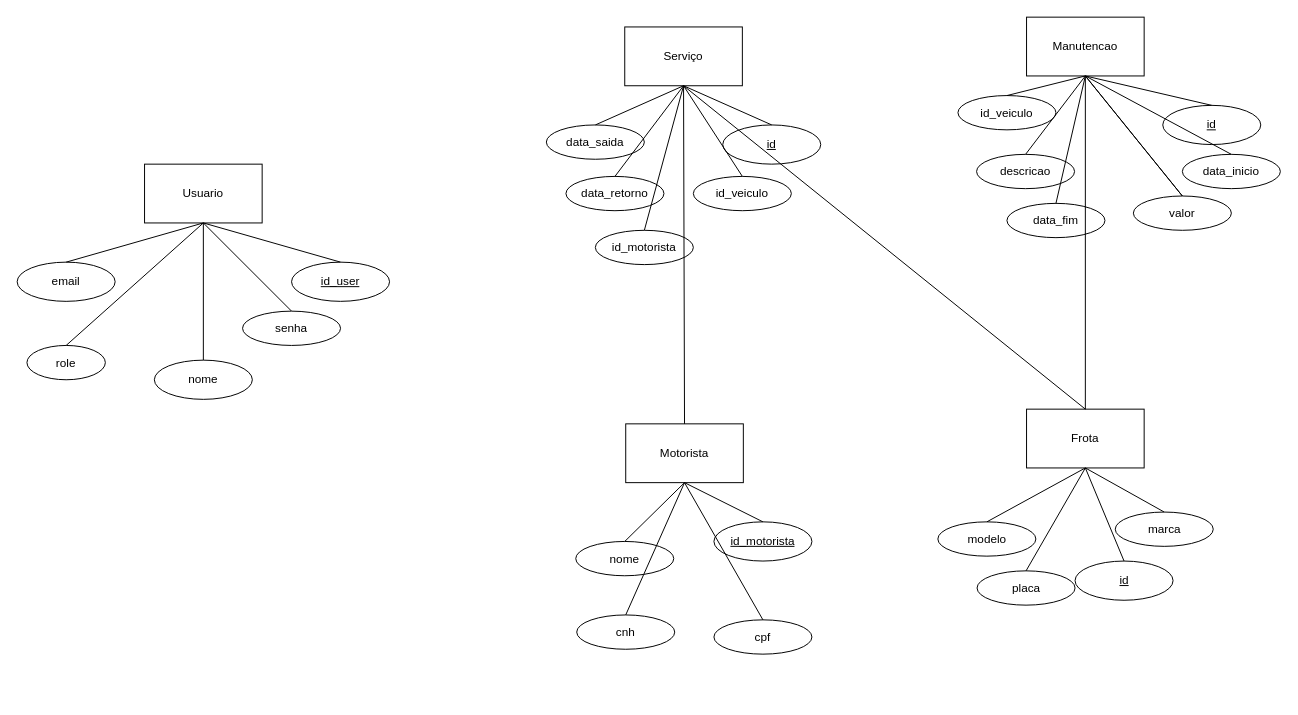
Above: projeto teste/docs/drawioBanco.drawio in Joao-Augusto0/AgroTech (draw.io), before the change. Source tidied: cells renumbered, new cells numbered last; positions are measured from the earlier drawing's top-left corner, leaving out a move shared by most shapes. Both pictures are drawn from the tidied source at 98%, with x=0, y=0 at pixel (17, 17).
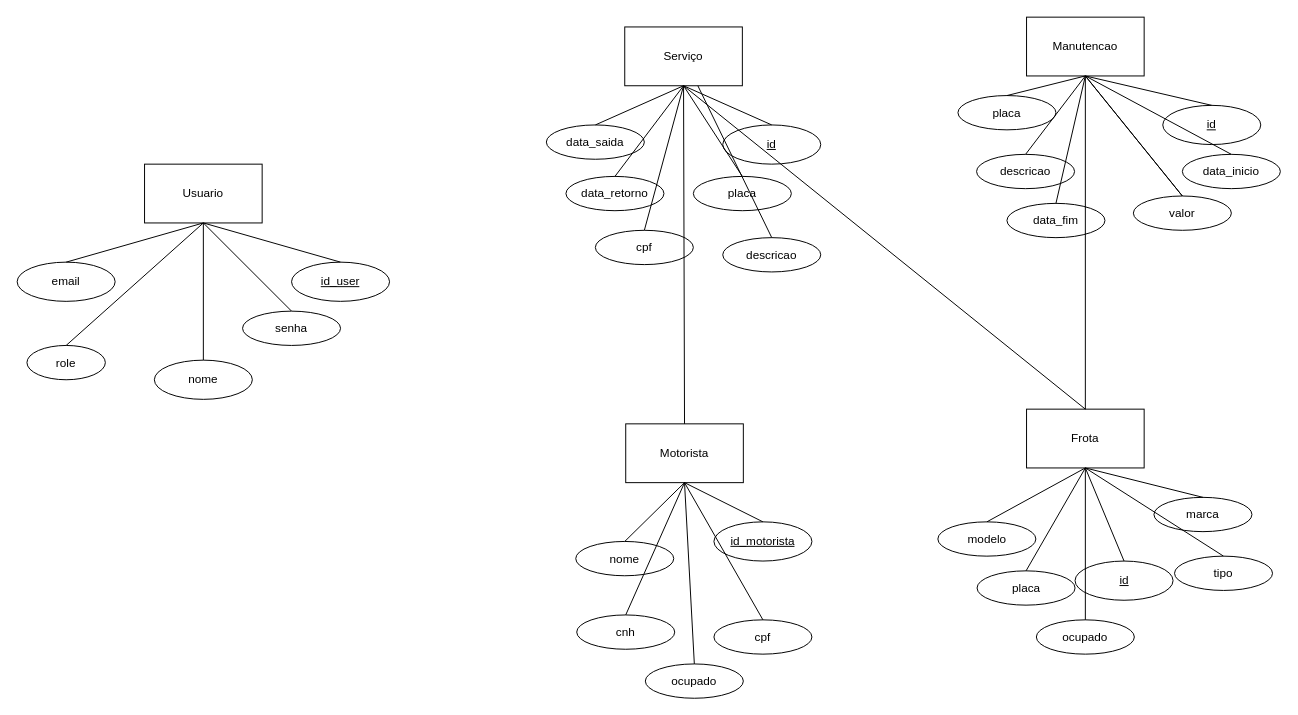
Above is the later version.

Unchanged cells that the change refers to:
```xml
<mxCell id="3" value="Serviço" style="rounded=0;whiteSpace=wrap;html=1;" parent="1" vertex="1">
  <mxGeometry x="620" y="10" width="120" height="60" as="geometry" />
</mxCell>
<mxCell id="4" value="Motorista" style="rounded=0;whiteSpace=wrap;html=1;" parent="1" vertex="1">
  <mxGeometry x="621" y="415" width="120" height="60" as="geometry" />
</mxCell>
<mxCell id="19" value="Frota" style="rounded=0;whiteSpace=wrap;html=1;" parent="1" vertex="1">
  <mxGeometry x="1030" y="400" width="120" height="60" as="geometry" />
</mxCell>
```

Change to the diagram source:
```diff
@@
-    <mxCell id="23" value="id_motorista" style="ellipse;whiteSpace=wrap;html=1;" parent="1" vertex="1">
+    <mxCell id="23" value="cpf" style="ellipse;whiteSpace=wrap;html=1;" parent="1" vertex="1">
       <mxGeometry x="590" y="217.5" width="100" height="35" as="geometry" />
     </mxCell>
@@
-    <mxCell id="25" value="id_veiculo" style="ellipse;whiteSpace=wrap;html=1;" parent="1" vertex="1">
+    <mxCell id="25" value="placa" style="ellipse;whiteSpace=wrap;html=1;" parent="1" vertex="1">
       <mxGeometry x="690" y="162.5" width="100" height="35" as="geometry" />
     </mxCell>
@@
-    <mxCell id="27" value="id_veiculo" style="ellipse;whiteSpace=wrap;html=1;" parent="1" vertex="1">
+    <mxCell id="27" value="placa" style="ellipse;whiteSpace=wrap;html=1;" parent="1" vertex="1">
       <mxGeometry x="960" y="80" width="100" height="35" as="geometry" />
     </mxCell>
@@
     <mxCell id="35" value="marca" style="ellipse;whiteSpace=wrap;html=1;" parent="1" vertex="1">
-      <mxGeometry x="1120.5" y="505" width="100" height="35" as="geometry" />
+      <mxGeometry x="1160" y="490" width="100" height="35" as="geometry" />
     </mxCell>
@@
+    <mxCell id="59" value="ocupado" style="ellipse;whiteSpace=wrap;html=1;" parent="1" vertex="1">
+      <mxGeometry x="641" y="660" width="100" height="35" as="geometry" />
+    </mxCell>
+    <mxCell id="60" style="endArrow=none;html=1;rounded=0;exitX=0.5;exitY=0;exitDx=0;exitDy=0;entryX=0.5;entryY=1;entryDx=0;entryDy=0;" parent="1" edge="1" source="59" target="4">
+      <mxGeometry relative="1" as="geometry" />
+    </mxCell>
+    <mxCell id="61" value="ocupado" style="ellipse;whiteSpace=wrap;html=1;" parent="1" vertex="1">
+      <mxGeometry x="1040" y="615" width="100" height="35" as="geometry" />
+    </mxCell>
+    <mxCell id="62" style="endArrow=none;html=1;rounded=0;exitX=0.5;exitY=0;exitDx=0;exitDy=0;entryX=0.5;entryY=1;entryDx=0;entryDy=0;" parent="1" edge="1" source="61" target="19">
+      <mxGeometry relative="1" as="geometry" />
+    </mxCell>
+    <mxCell id="63" value="tipo" style="ellipse;whiteSpace=wrap;html=1;" parent="1" vertex="1">
+      <mxGeometry x="1181" y="550" width="100" height="35" as="geometry" />
+    </mxCell>
+    <mxCell id="64" style="endArrow=none;html=1;rounded=0;exitX=0.5;exitY=0;exitDx=0;exitDy=0;entryX=0.5;entryY=1;entryDx=0;entryDy=0;" parent="1" edge="1" source="63" target="19">
+      <mxGeometry relative="1" as="geometry" />
+    </mxCell>
+    <mxCell id="65" value="descricao" style="ellipse;whiteSpace=wrap;html=1;" parent="1" vertex="1">
+      <mxGeometry x="720" y="225" width="100" height="35" as="geometry" />
+    </mxCell>
+    <mxCell id="66" style="endArrow=none;html=1;rounded=0;entryX=0.5;entryY=0;entryDx=0;entryDy=0;" parent="1" edge="1" source="3" target="65">
+      <mxGeometry relative="1" as="geometry" />
+    </mxCell>
```
